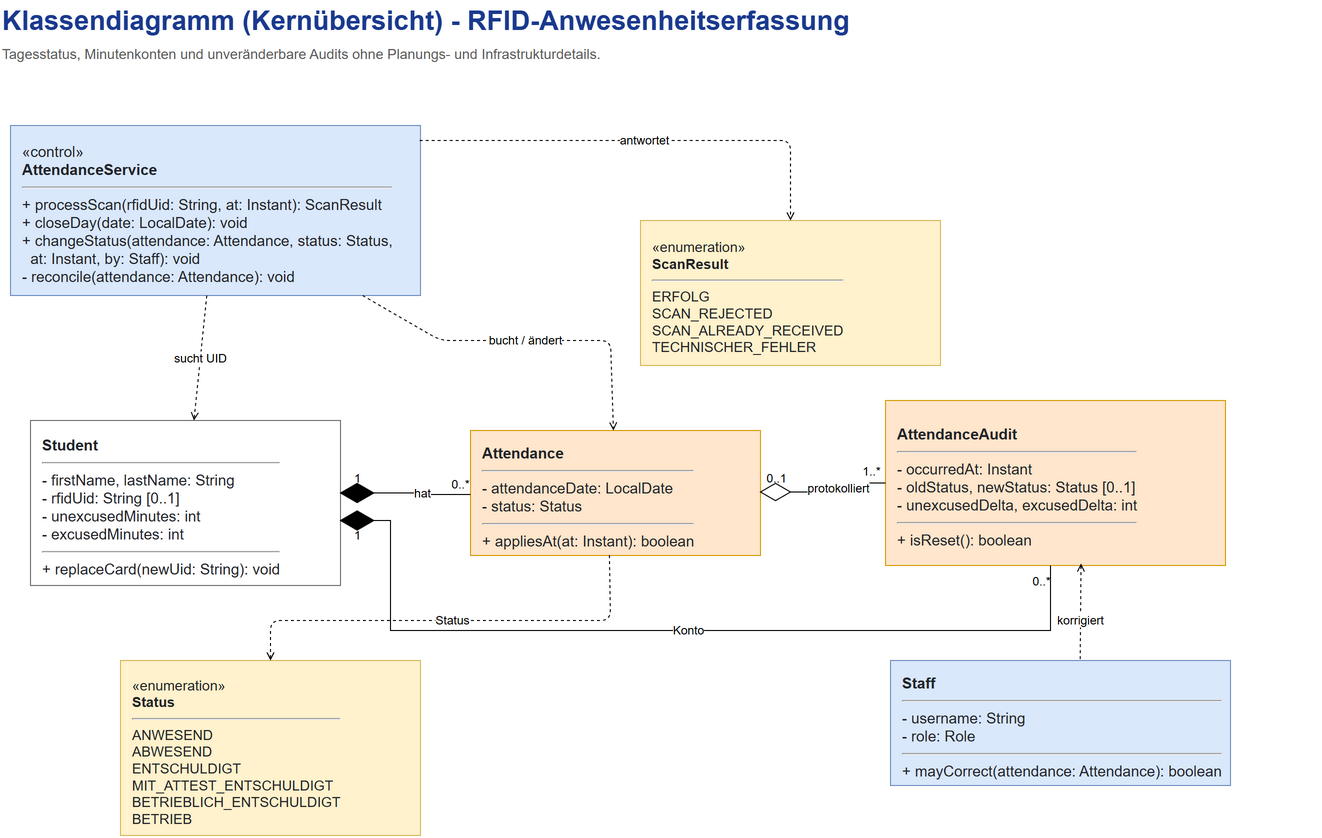
Earlier version of the draw.io export diagramme/UML/klassendiagramm_uebersicht.drawio.png (fes-wiesbaden/p4-gr5_schuelerzeiterfassung). Source tidied: cells renumbered, new cells last; positions are measured from the earlier drawing's top-left corner, leaving out a move shared by most shapes.
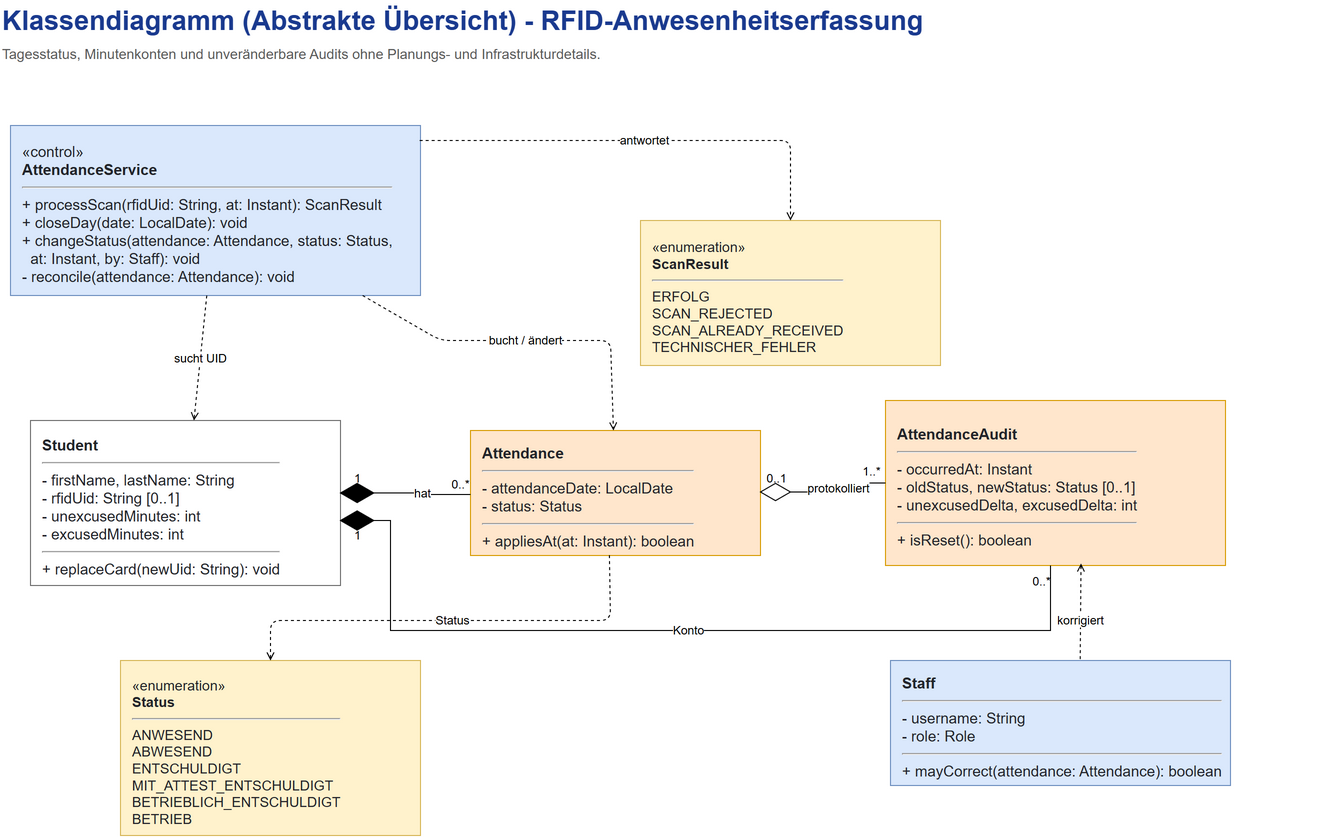
Later version of the same file.

Commit message:
docs: UML-Übersicht als abstrakte Darstellung kennzeichnen

Change to the diagram source:
```diff
@@ -2,7 +2,7 @@
   <root>
     <mxCell id="0" />
     <mxCell id="1" parent="0" />
-    <mxCell id="2" value="Klassendiagramm (Kernübersicht) - RFID-Anwesenheitserfassung" style="text;html=1;strokeColor=none;fillColor=none;align=left;verticalAlign=middle;fontSize=27;fontStyle=1;fontColor=#1A3A8F;" parent="1" vertex="1">
+    <mxCell id="2" value="Klassendiagramm (Abstrakte Übersicht) - RFID-Anwesenheitserfassung" style="text;html=1;strokeColor=none;fillColor=none;align=left;verticalAlign=middle;fontSize=27;fontStyle=1;fontColor=#1A3A8F;" parent="1" vertex="1">
       <mxGeometry width="1320" height="40" as="geometry" />
     </mxCell>
     <mxCell id="3" value="Tagesstatus, Minutenkonten und unveränderbare Audits ohne Planungs- und Infrastrukturdetails." style="text;html=1;strokeColor=none;fillColor=none;align=left;verticalAlign=middle;fontSize=14;fontColor=#5A5A5A;" parent="1" vertex="1">
```
